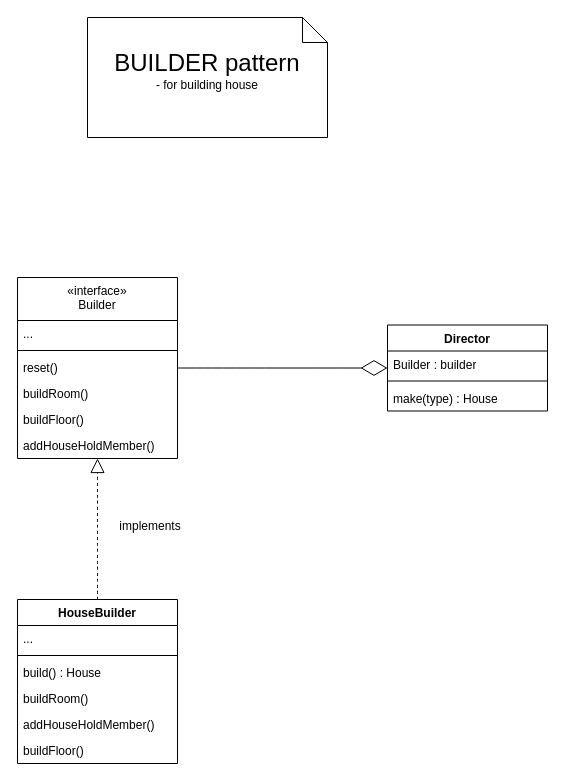
alfacentaur1/omo_objectModel keeps this draw.io diagram as houseBuilder.drawio. Above is the earlier version. Source tidied: cells renumbered, new cells numbered last; positions are measured from the earlier drawing's top-left corner, leaving out a move shared by most shapes. Both pictures are drawn from the tidied source at 100%, with x=0, y=0 at pixel (17, 17).
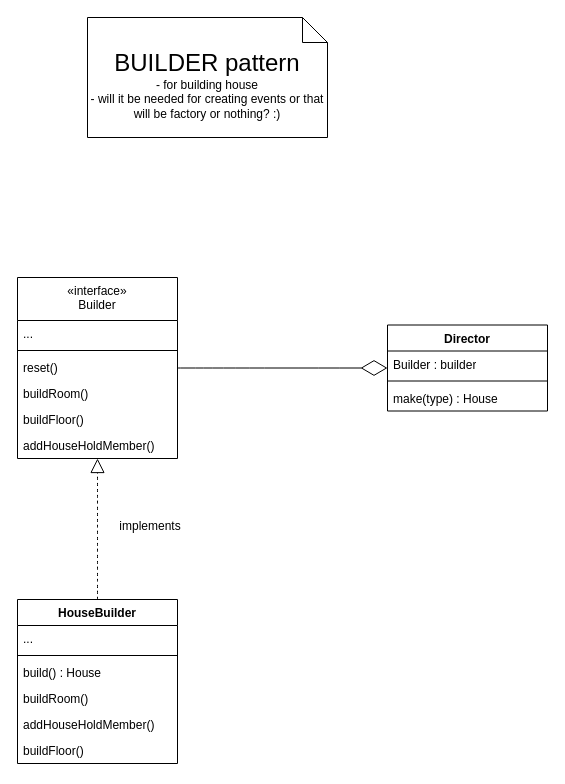
Above is the later version.

The edit, as a diff of the source:
```diff
@@
-    <mxCell id="23" value="&lt;span style=&quot;font-size: 24px;&quot;&gt;BUILDER pattern&lt;/span&gt;&lt;div&gt;&lt;font&gt;- for building house&lt;/font&gt;&lt;/div&gt;" style="shape=note2;boundedLbl=1;whiteSpace=wrap;html=1;size=25;verticalAlign=top;align=center;" parent="1" vertex="1">
+    <mxCell id="23" value="&lt;span style=&quot;font-size: 24px;&quot;&gt;BUILDER pattern&lt;/span&gt;&lt;div&gt;&lt;font&gt;- for building house&lt;/font&gt;&lt;/div&gt;&lt;div&gt;- will it be needed for creating events or that will be factory or nothing? :)&lt;/div&gt;" style="shape=note2;boundedLbl=1;whiteSpace=wrap;html=1;size=25;verticalAlign=top;align=center;" parent="1" vertex="1">
       <mxGeometry x="70" width="240" height="120" as="geometry" />
     </mxCell>
```
